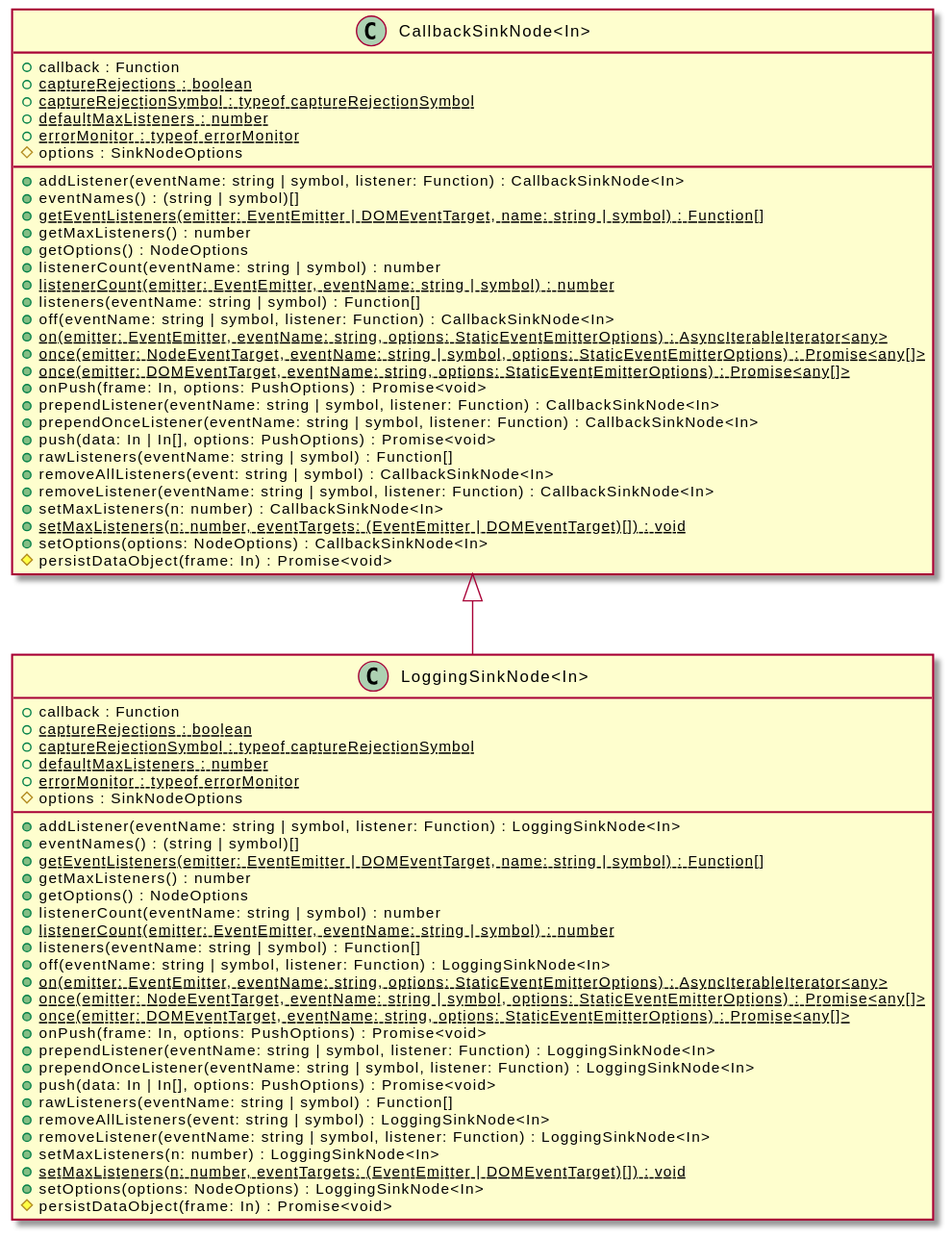
Above: assets/LoggingSinkNode-umlClassDiagram-12162.svg in OpenHPS/openhps-core (PlantUML), before the change.
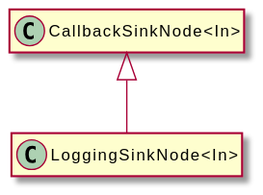
After the commit.

Change to the diagram source:
```diff
@@ -3,66 +3,8 @@
 hide empty methods
 hide empty fields
 class "LoggingSinkNode<In>" {
-    +callback : Function
-    {static} +captureRejections : boolean
-    {static} +captureRejectionSymbol : typeof captureRejectionSymbol
-    {static} +defaultMaxListeners : number
-    {static} +errorMonitor : typeof errorMonitor
-    #options : SinkNodeOptions
-    +addListener(eventName: string | symbol, listener: Function) : LoggingSinkNode<In>
-    +eventNames() : (string | symbol)[]
-    {static} +getEventListeners(emitter: EventEmitter | DOMEventTarget, name: string | symbol) : Function[]
-    +getMaxListeners() : number
-    +getOptions() : NodeOptions
-    +listenerCount(eventName: string | symbol) : number
-    {static} +listenerCount(emitter: EventEmitter, eventName: string | symbol) : number
-    +listeners(eventName: string | symbol) : Function[]
-    +off(eventName: string | symbol, listener: Function) : LoggingSinkNode<In>
-    {static} +on(emitter: EventEmitter, eventName: string, options: StaticEventEmitterOptions) : AsyncIterableIterator<any>
-    {static} +once(emitter: NodeEventTarget, eventName: string | symbol, options: StaticEventEmitterOptions) : Promise<any[]>
-    {static} +once(emitter: DOMEventTarget, eventName: string, options: StaticEventEmitterOptions) : Promise<any[]>
-    +onPush(frame: In, options: PushOptions) : Promise<void>
-    +prependListener(eventName: string | symbol, listener: Function) : LoggingSinkNode<In>
-    +prependOnceListener(eventName: string | symbol, listener: Function) : LoggingSinkNode<In>
-    +push(data: In | In[], options: PushOptions) : Promise<void>
-    +rawListeners(eventName: string | symbol) : Function[]
-    +removeAllListeners(event: string | symbol) : LoggingSinkNode<In>
-    +removeListener(eventName: string | symbol, listener: Function) : LoggingSinkNode<In>
-    +setMaxListeners(n: number) : LoggingSinkNode<In>
-    {static} +setMaxListeners(n: number, eventTargets: (EventEmitter | DOMEventTarget)[]) : void
-    +setOptions(options: NodeOptions) : LoggingSinkNode<In>
-    #persistDataObject(frame: In) : Promise<void>
 }
 class "CallbackSinkNode<In>" {
-    +callback : Function
-    {static} +captureRejections : boolean
-    {static} +captureRejectionSymbol : typeof captureRejectionSymbol
-    {static} +defaultMaxListeners : number
-    {static} +errorMonitor : typeof errorMonitor
-    #options : SinkNodeOptions
-    +addListener(eventName: string | symbol, listener: Function) : CallbackSinkNode<In>
-    +eventNames() : (string | symbol)[]
-    {static} +getEventListeners(emitter: EventEmitter | DOMEventTarget, name: string | symbol) : Function[]
-    +getMaxListeners() : number
-    +getOptions() : NodeOptions
-    +listenerCount(eventName: string | symbol) : number
-    {static} +listenerCount(emitter: EventEmitter, eventName: string | symbol) : number
-    +listeners(eventName: string | symbol) : Function[]
-    +off(eventName: string | symbol, listener: Function) : CallbackSinkNode<In>
-    {static} +on(emitter: EventEmitter, eventName: string, options: StaticEventEmitterOptions) : AsyncIterableIterator<any>
-    {static} +once(emitter: NodeEventTarget, eventName: string | symbol, options: StaticEventEmitterOptions) : Promise<any[]>
-    {static} +once(emitter: DOMEventTarget, eventName: string, options: StaticEventEmitterOptions) : Promise<any[]>
-    +onPush(frame: In, options: PushOptions) : Promise<void>
-    +prependListener(eventName: string | symbol, listener: Function) : CallbackSinkNode<In>
-    +prependOnceListener(eventName: string | symbol, listener: Function) : CallbackSinkNode<In>
-    +push(data: In | In[], options: PushOptions) : Promise<void>
-    +rawListeners(eventName: string | symbol) : Function[]
-    +removeAllListeners(event: string | symbol) : CallbackSinkNode<In>
-    +removeListener(eventName: string | symbol, listener: Function) : CallbackSinkNode<In>
-    +setMaxListeners(n: number) : CallbackSinkNode<In>
-    {static} +setMaxListeners(n: number, eventTargets: (EventEmitter | DOMEventTarget)[]) : void
-    +setOptions(options: NodeOptions) : CallbackSinkNode<In>
-    #persistDataObject(frame: In) : Promise<void>
 }
 "CallbackSinkNode<In>" <|-- "LoggingSinkNode<In>"
 @enduml
```
